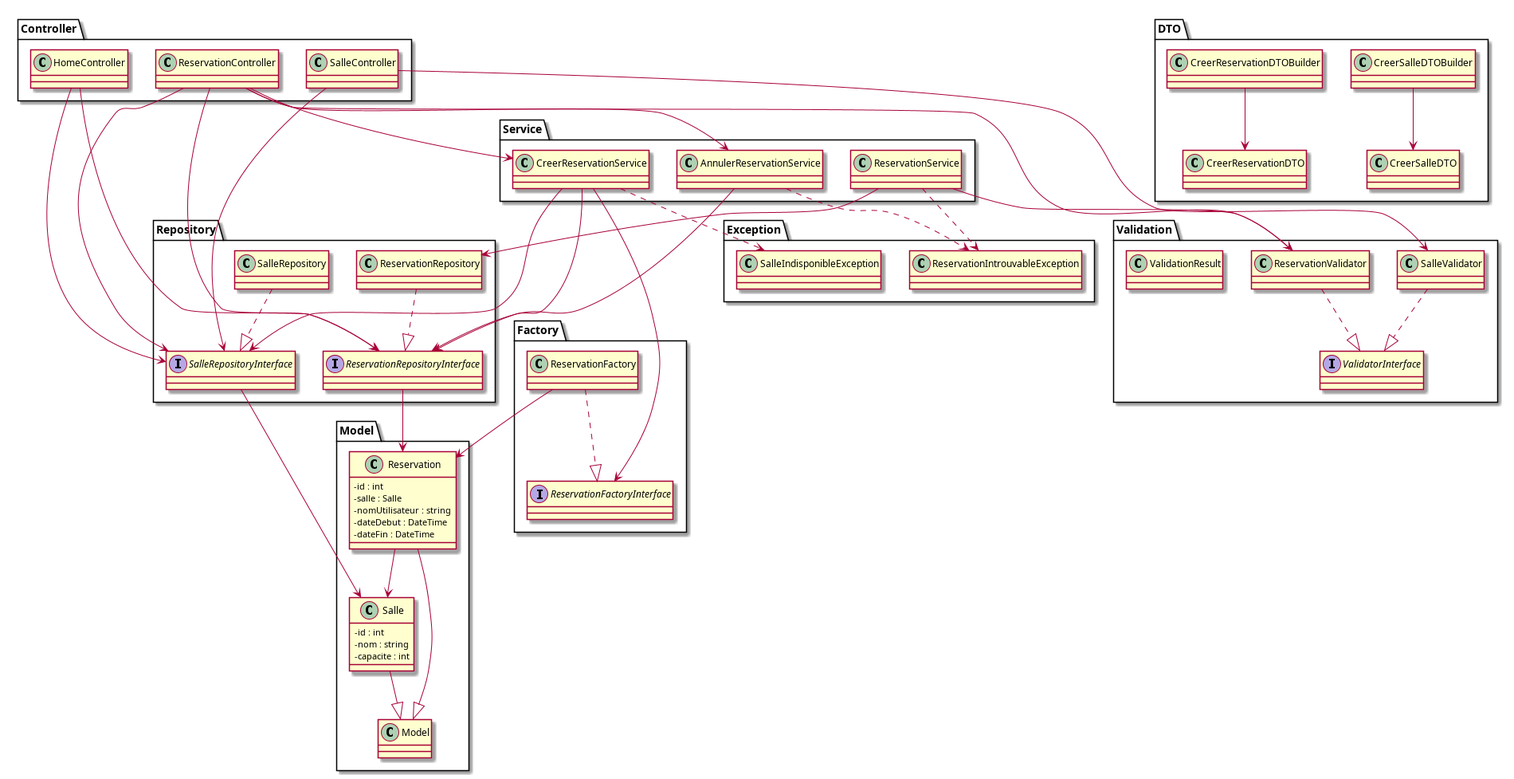
This is docs/class-diagram.png from AblayeSarr/ReservationSalles, a PlantUML export, as it was before one commit. Its source is kept beside it as docs/class-diagram.puml. Source of this version:
```plantuml
@startuml

skinparam classAttributeIconSize 0

package "Model" {

class Model

class Salle {
    - id : int
    - nom : string
    - capacite : int
}

class Reservation {
    - id : int
    - salle : Salle
    - nomUtilisateur : string
    - dateDebut : DateTime
    - dateFin : DateTime
}

Salle --|> Model
Reservation --|> Model
Reservation --> Salle

}

package "DTO" {

class CreerSalleDTO
class CreerSalleDTOBuilder
class CreerReservationDTO
class CreerReservationDTOBuilder

CreerSalleDTOBuilder --> CreerSalleDTO
CreerReservationDTOBuilder --> CreerReservationDTO

}

package "Validation" {

interface ValidatorInterface

class SalleValidator
class ReservationValidator
class ValidationResult

SalleValidator ..|> ValidatorInterface
ReservationValidator ..|> ValidatorInterface

}

package "Repository" {

interface SalleRepositoryInterface
class SalleRepository

interface ReservationRepositoryInterface
class ReservationRepository

SalleRepository ..|> SalleRepositoryInterface
ReservationRepository ..|> ReservationRepositoryInterface

SalleRepositoryInterface --> Salle
ReservationRepositoryInterface --> Reservation

}

package "Factory" {

interface ReservationFactoryInterface
class ReservationFactory

ReservationFactory ..|> ReservationFactoryInterface
ReservationFactory --> Reservation

}

package "Service" {

class ReservationService
class CreerReservationService
class AnnulerReservationService

ReservationService --> ReservationValidator
ReservationService --> ReservationRepository

CreerReservationService --> SalleRepositoryInterface
CreerReservationService --> ReservationRepositoryInterface
CreerReservationService --> ReservationFactoryInterface

AnnulerReservationService --> ReservationRepositoryInterface

}

package "Controller" {

class HomeController
class SalleController
class ReservationController

HomeController --> SalleRepositoryInterface
HomeController --> ReservationRepositoryInterface

SalleController --> SalleRepositoryInterface
SalleController --> SalleValidator

ReservationController --> ReservationRepositoryInterface
ReservationController --> SalleRepositoryInterface
ReservationController --> ReservationValidator
ReservationController --> CreerReservationService
ReservationController --> AnnulerReservationService

}

package "Exception" {

class ReservationIntrouvableException
class SalleIndisponibleException

}

ReservationService ..> ReservationIntrouvableException
CreerReservationService ..> SalleIndisponibleException
AnnulerReservationService ..> ReservationIntrouvableException

@enduml
```
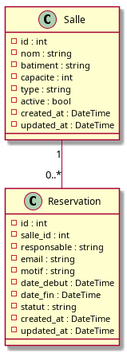
Above is the later version.

Commit message:
docs: ajouter le diagramme de classes

Diff of the diagram source:
```diff
@@ -1,128 +1,29 @@
 @startuml
-
-skinparam classAttributeIconSize 0
-
-package "Model" {
-
-class Model
 
 class Salle {
     - id : int
     - nom : string
+    - batiment : string
     - capacite : int
+    - type : string
+    - active : bool
+    - created_at : DateTime
+    - updated_at : DateTime
 }
 
 class Reservation {
     - id : int
-    - salle : Salle
-    - nomUtilisateur : string
-    - dateDebut : DateTime
-    - dateFin : DateTime
+    - salle_id : int
+    - responsable : string
+    - email : string
+    - motif : string
+    - date_debut : DateTime
+    - date_fin : DateTime
+    - statut : string
+    - created_at : DateTime
+    - updated_at : DateTime
 }
 
-Salle --|> Model
-Reservation --|> Model
-Reservation --> Salle
-
-}
-
-package "DTO" {
-
-class CreerSalleDTO
-class CreerSalleDTOBuilder
-class CreerReservationDTO
-class CreerReservationDTOBuilder
-
-CreerSalleDTOBuilder --> CreerSalleDTO
-CreerReservationDTOBuilder --> CreerReservationDTO
-
-}
-
-package "Validation" {
-
-interface ValidatorInterface
-
-class SalleValidator
-class ReservationValidator
-class ValidationResult
-
-SalleValidator ..|> ValidatorInterface
-ReservationValidator ..|> ValidatorInterface
-
-}
-
-package "Repository" {
-
-interface SalleRepositoryInterface
-class SalleRepository
-
-interface ReservationRepositoryInterface
-class ReservationRepository
-
-SalleRepository ..|> SalleRepositoryInterface
-ReservationRepository ..|> ReservationRepositoryInterface
-
-SalleRepositoryInterface --> Salle
-ReservationRepositoryInterface --> Reservation
-
-}
-
-package "Factory" {
-
-interface ReservationFactoryInterface
-class ReservationFactory
-
-ReservationFactory ..|> ReservationFactoryInterface
-ReservationFactory --> Reservation
-
-}
-
-package "Service" {
-
-class ReservationService
-class CreerReservationService
-class AnnulerReservationService
-
-ReservationService --> ReservationValidator
-ReservationService --> ReservationRepository
-
-CreerReservationService --> SalleRepositoryInterface
-CreerReservationService --> ReservationRepositoryInterface
-CreerReservationService --> ReservationFactoryInterface
-
-AnnulerReservationService --> ReservationRepositoryInterface
-
-}
-
-package "Controller" {
-
-class HomeController
-class SalleController
-class ReservationController
-
-HomeController --> SalleRepositoryInterface
-HomeController --> ReservationRepositoryInterface
-
-SalleController --> SalleRepositoryInterface
-SalleController --> SalleValidator
-
-ReservationController --> ReservationRepositoryInterface
-ReservationController --> SalleRepositoryInterface
-ReservationController --> ReservationValidator
-ReservationController --> CreerReservationService
-ReservationController --> AnnulerReservationService
-
-}
-
-package "Exception" {
-
-class ReservationIntrouvableException
-class SalleIndisponibleException
-
-}
-
-ReservationService ..> ReservationIntrouvableException
-CreerReservationService ..> SalleIndisponibleException
-AnnulerReservationService ..> ReservationIntrouvableException
+Salle "1" -- "0..*" Reservation
 
 @enduml
```
